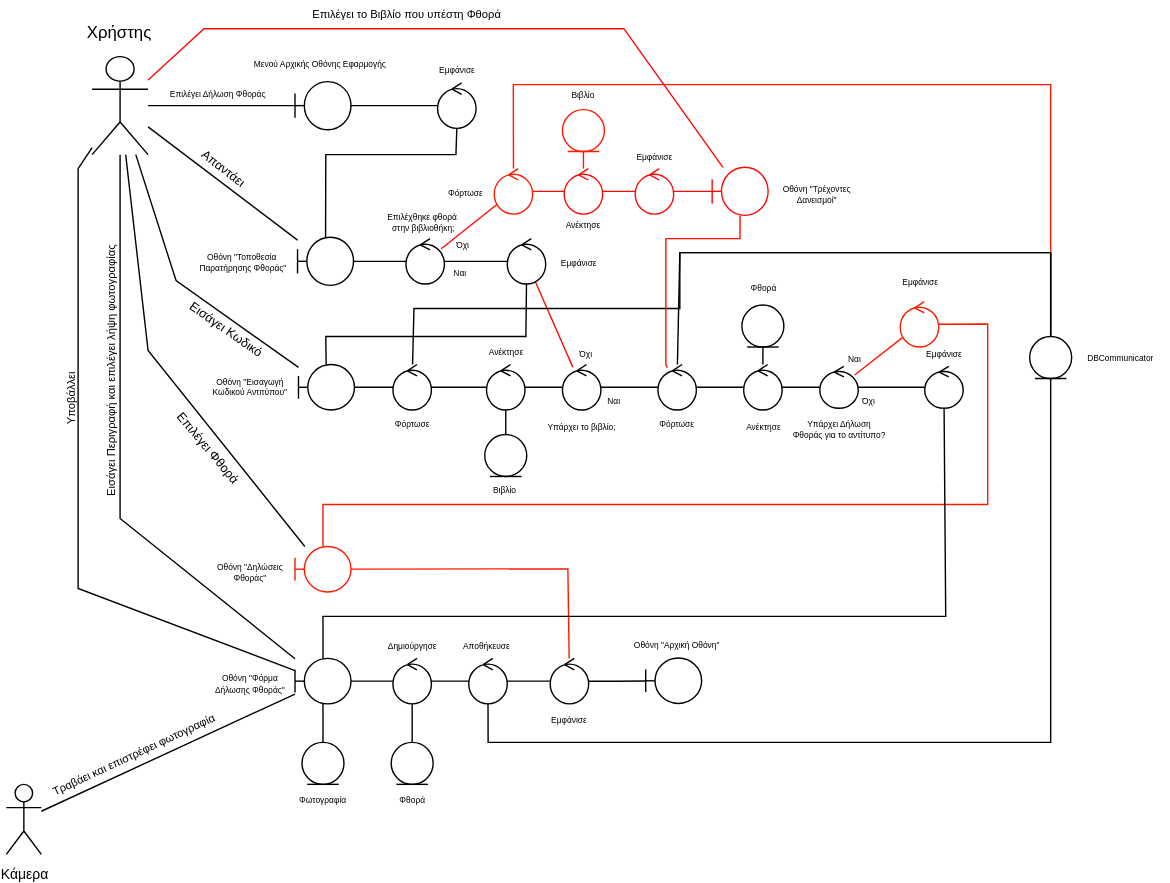
Earlier version of the draw.io export 2nd Assignment/Robustness Diagrams/Robustness-Diagram-v0.1-Δήλωση Φθοράς Βιβλίου.svg (CallMeJasonYT/LibraVision). Source tidied: cells renumbered, new cells last; positions are measured from the earlier drawing's top-left corner, leaving out a move shared by most shapes.
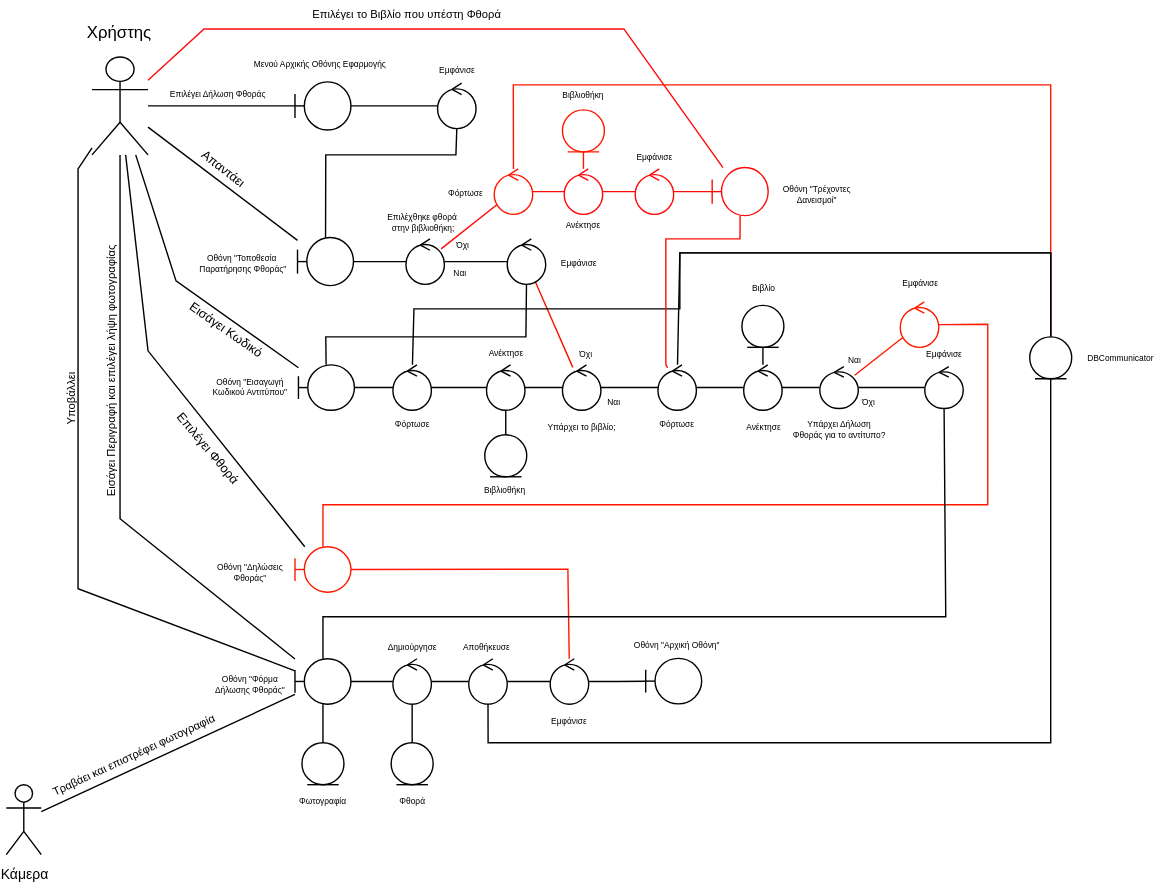
The same diagram one commit later.

Commit message:
Robustness-Diagram-v0.1-Δήλωση Φθοράς Βιβλίου

Change to the diagram source:
```diff
@@ -181,8 +181,8 @@
     <mxCell id="56" style="edgeStyle=none;rounded=0;jettySize=auto;html=1;strokeColor=#FF1900;endArrow=none;endFill=0;" parent="1" edge="1" source="53" target="55">
       <mxGeometry relative="1" as="geometry" />
     </mxCell>
-    <mxCell id="57" value="Βιβλίο" style="text;html=1;align=center;verticalAlign=middle;strokeColor=none;fillColor=none;fontSize=6;" parent="1" vertex="1">
-      <mxGeometry x="417.4" y="57.8" width="40" height="20" as="geometry" />
+    <mxCell id="57" value="Βιβλιοθήκη" style="text;html=1;align=center;verticalAlign=middle;strokeColor=none;fillColor=none;fontSize=6;" parent="1" vertex="1">
+      <mxGeometry x="412.4" y="57.8" width="50" height="20" as="geometry" />
     </mxCell>
     <mxCell id="58" style="edgeStyle=none;rounded=0;jettySize=auto;html=1;fillColor=#f8cecc;strokeColor=#FF0808;endArrow=none;endFill=0;" parent="1" edge="1" source="53" target="50">
       <mxGeometry relative="1" as="geometry" />
@@ -199,8 +199,8 @@
     <mxCell id="62" style="edgeStyle=none;rounded=0;jettySize=auto;html=1;strokeColor=#000000;endArrow=none;endFill=0;" parent="1" edge="1" source="59" target="61">
       <mxGeometry relative="1" as="geometry" />
     </mxCell>
-    <mxCell id="63" value="Βιβλίο" style="text;html=1;align=center;verticalAlign=middle;strokeColor=none;fillColor=none;fontSize=6;" parent="1" vertex="1">
-      <mxGeometry x="361.1" y="340" width="40" height="20" as="geometry" />
+    <mxCell id="63" value="Βιβλιοθήκη" style="text;html=1;align=center;verticalAlign=middle;strokeColor=none;fillColor=none;fontSize=6;" parent="1" vertex="1">
+      <mxGeometry x="356.1" y="340" width="50" height="20" as="geometry" />
     </mxCell>
     <mxCell id="64" style="edgeStyle=none;rounded=0;jettySize=auto;html=1;endArrow=none;endFill=0;" parent="1" edge="1" source="59" target="18">
       <mxGeometry relative="1" as="geometry" />
@@ -231,7 +231,7 @@
     <mxCell id="71" style="edgeStyle=none;rounded=0;jettySize=auto;html=1;strokeColor=#000000;endArrow=none;endFill=0;" parent="1" edge="1" source="68" target="70">
       <mxGeometry relative="1" as="geometry" />
     </mxCell>
-    <mxCell id="72" value="Φθορά" style="text;html=1;align=center;verticalAlign=middle;strokeColor=none;fillColor=none;fontSize=6;" parent="1" vertex="1">
+    <mxCell id="72" value="Βιβλίο" style="text;html=1;align=center;verticalAlign=middle;strokeColor=none;fillColor=none;fontSize=6;" parent="1" vertex="1">
       <mxGeometry x="545.6" y="196.2" width="40" height="20" as="geometry" />
     </mxCell>
     <mxCell id="73" style="edgeStyle=none;rounded=0;jettySize=auto;html=1;endArrow=none;endFill=0;" parent="1" edge="1" source="68" target="66">
```
